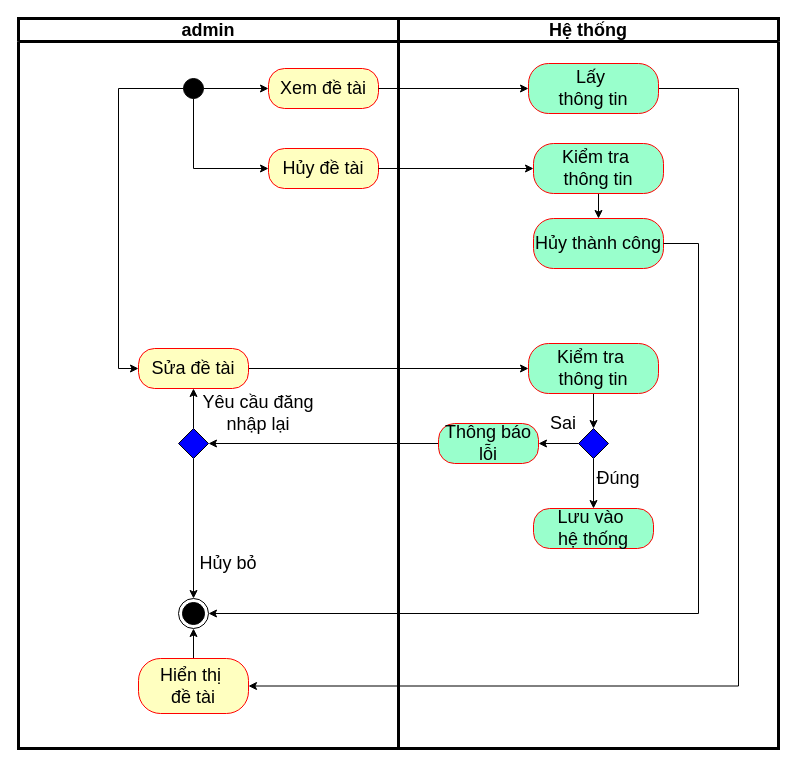
Earlier version of the draw.io diagram page "Quản lý đề tài/bài báo-admin" (8 of 12) of CNPM.drawio (106210049/nckh). Source tidied: cells renumbered, new cells numbered last; positions are measured from the earlier drawing's top-left corner, leaving out a move shared by most shapes. Both pictures are drawn from the tidied source at 100%, with x=0, y=0 at pixel (18, 18).
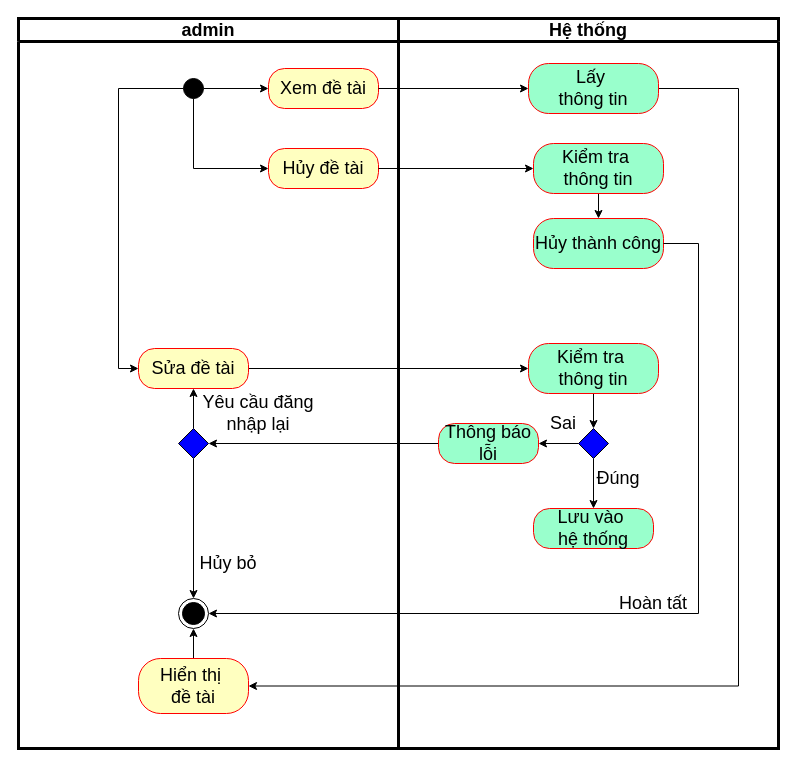
After the change.

Unchanged cells that the change refers to:
```xml
<mxCell id="15" value="Hệ thống" style="swimlane;whiteSpace=wrap;html=1;fontSize=18;strokeWidth=3;" parent="1" vertex="1">
  <mxGeometry x="380" width="380" height="730" as="geometry" />
</mxCell>
```

Change to the diagram source:
```diff
@@
+    <mxCell id="38" value="&lt;font style=&quot;font-size: 18px;&quot;&gt;Hoàn tất&lt;/font&gt;" style="text;strokeColor=none;align=center;fillColor=none;html=1;verticalAlign=middle;whiteSpace=wrap;rounded=0;" parent="15" vertex="1">
+      <mxGeometry x="210" y="570" width="90" height="30" as="geometry" />
+    </mxCell>
```
